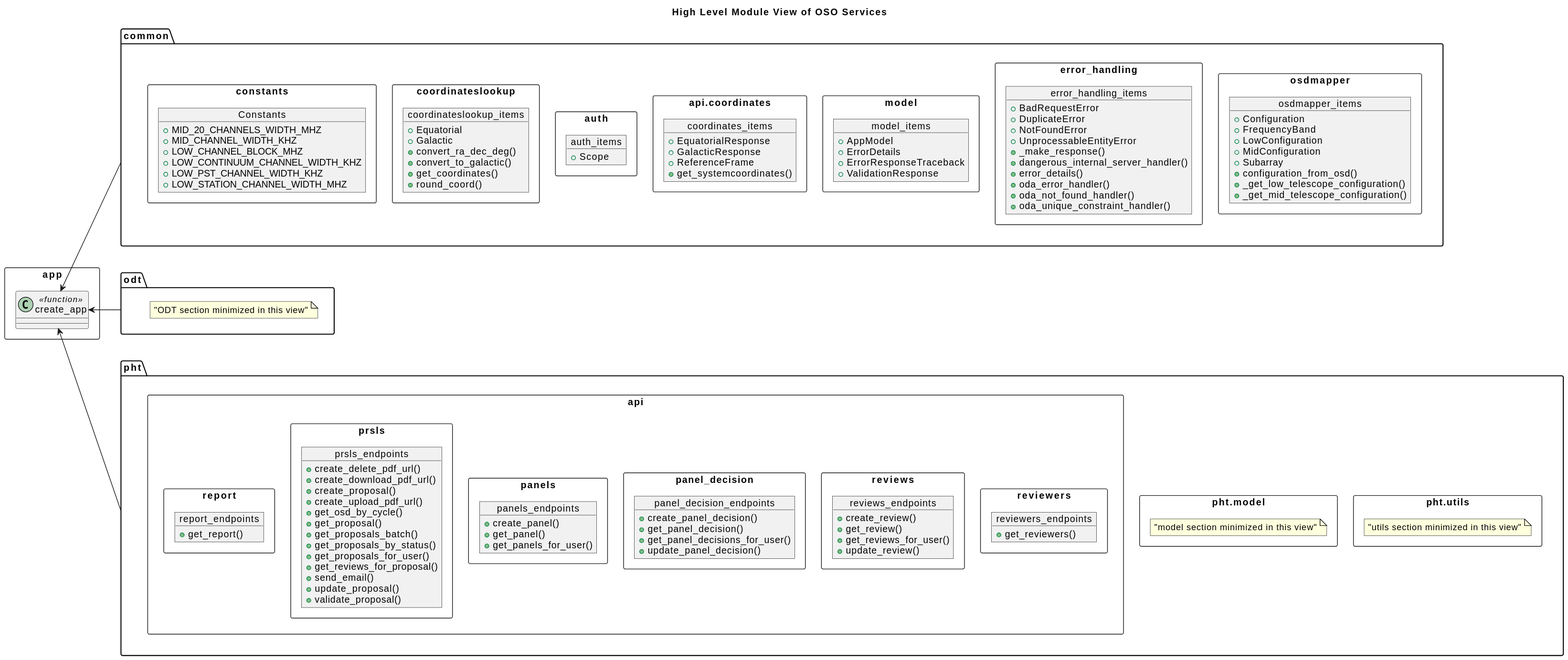
Before: docs/src/internal/diagrams/module_top_view.svg, a diagram exported from PlantUML (ska-telescope/ska-oso-services).
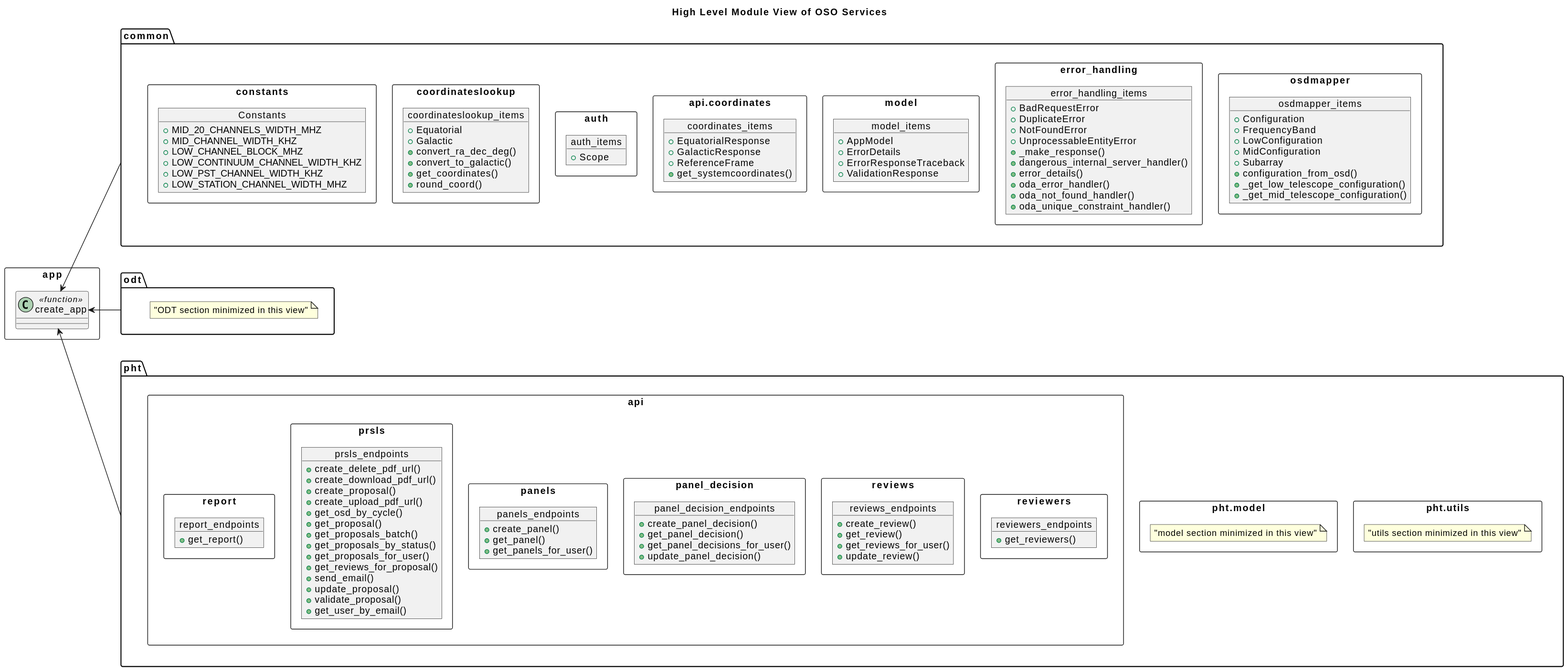
The same diagram one commit later.

Change to the diagram source:
```diff
@@ -121,6 +121,7 @@
           + send_email()
           + update_proposal()
           + validate_proposal()
+          + get_user_by_email()
         }
       }
 
```
